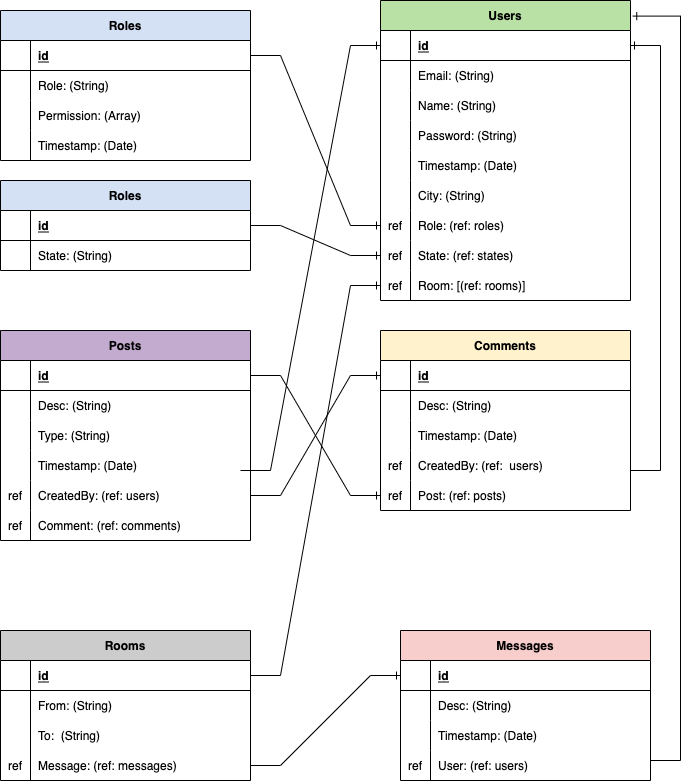
Earlier version of the draw.io export ERD_server.drawio.png (MP-Project-Ghadier/server). Source tidied: cells renumbered, new cells last; positions are measured from the earlier drawing's top-left corner, leaving out a move shared by most shapes.
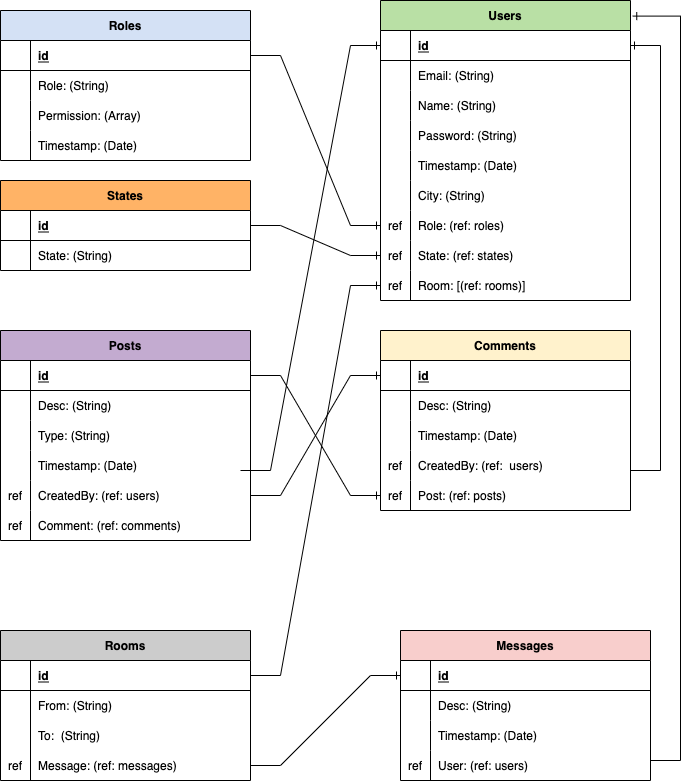
After the change.

Change to the diagram source:
```diff
@@ -439,7 +439,7 @@
     <mxCell id="143" style="edgeStyle=entityRelationEdgeStyle;fontSize=12;html=1;endArrow=ERone;endFill=1;rounded=0;exitX=1;exitY=0.5;exitDx=0;exitDy=0;entryX=0;entryY=0.5;entryDx=0;entryDy=0;" parent="1" edge="1" source="145" target="24">
       <mxGeometry relative="1" as="geometry" />
     </mxCell>
-    <mxCell id="144" value="Roles" style="shape=table;startSize=30;rowLines=0;fontStyle=1;align=center;fillColor=#D4E1F5;" parent="1" vertex="1">
+    <mxCell id="144" value="States" style="shape=table;startSize=30;rowLines=0;fontStyle=1;align=center;fillColor=#FFB366;" parent="1" vertex="1">
       <mxGeometry y="180" width="250" height="90" as="geometry" />
     </mxCell>
     <mxCell id="145" style="shape=partialRectangle;fillColor=none;points=[[0,0.5],[1,0.5]];portConstraint=eastwest;top=0;left=0;right=0;bottom=1;" parent="144" vertex="1">
```
